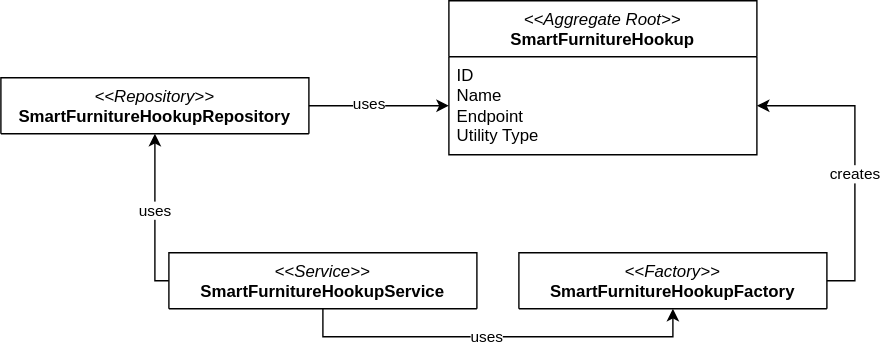
Earlier version of the draw.io export docs/report/img/uml/sfh_ddd.svg (EnergyConsumptionOptimizer/documentation). Source tidied: cells renumbered, new cells last; positions are measured from the earlier drawing's top-left corner, leaving out a move shared by most shapes. Its diagram source:
```xml
<mxGraphModel>
  <root>
    <mxCell id="0" />
    <mxCell id="1" parent="0" />
    <mxCell id="2" value="&lt;i&gt;&amp;lt;&amp;lt;Aggregate Root&amp;gt;&amp;gt;&lt;/i&gt;&lt;br&gt;&lt;b&gt;SmartFurnitureHookup&lt;br&gt;&lt;br&gt;&lt;/b&gt;" style="swimlane;fontStyle=0;align=center;verticalAlign=top;horizontal=1;startSize=40;html=1;whiteSpace=wrap;" parent="1" vertex="1">
      <mxGeometry x="320" width="220" height="110" as="geometry" />
    </mxCell>
    <mxCell id="3" value="&lt;div&gt;ID&lt;/div&gt;&lt;div&gt;Name&lt;/div&gt;&lt;div&gt;Endpoint&lt;br&gt;Utility Type&lt;/div&gt;" style="text;html=1;strokeColor=none;fillColor=none;align=left;verticalAlign=middle;spacingLeft=4;spacingRight=4;overflow=hidden;points=[[0,0.5],[1,0.5]];portConstraint=eastwest;whiteSpace=wrap;" parent="2" vertex="1">
      <mxGeometry y="40" width="220" height="70" as="geometry" />
    </mxCell>
    <mxCell id="4" value="&lt;i&gt;&amp;lt;&amp;lt;Factory&amp;gt;&amp;gt;&lt;/i&gt;&lt;br&gt;&lt;b&gt;SmartFurnitureHookupFactory&lt;/b&gt;" style="swimlane;fontStyle=0;align=center;verticalAlign=top;horizontal=1;startSize=40;html=1;whiteSpace=wrap;" parent="1" vertex="1">
      <mxGeometry x="370" y="180" width="220" height="40" as="geometry" />
    </mxCell>
    <mxCell id="5" value="&lt;i&gt;&amp;lt;&amp;lt;Repository&amp;gt;&amp;gt;&lt;/i&gt;&lt;br&gt;&lt;b&gt;SmartFurnitureHookupRepository&lt;/b&gt;" style="swimlane;fontStyle=0;align=center;verticalAlign=top;horizontal=1;startSize=40;html=1;whiteSpace=wrap;" parent="1" vertex="1">
      <mxGeometry y="55" width="220" height="40" as="geometry" />
    </mxCell>
    <mxCell id="6" style="edgeStyle=orthogonalEdgeStyle;rounded=0;jettySize=auto;html=1;exitX=1;exitY=0.5;exitDx=0;exitDy=0;entryX=1;entryY=0.5;entryDx=0;entryDy=0;" parent="1" edge="1" source="4" target="3">
      <mxGeometry relative="1" as="geometry" />
    </mxCell>
    <mxCell id="7" value="creates" style="edgeLabel;html=1;align=center;verticalAlign=middle;" parent="6" vertex="1">
      <mxGeometry x="-0.1" relative="1" as="geometry" />
    </mxCell>
    <mxCell id="8" style="edgeStyle=orthogonalEdgeStyle;rounded=0;jettySize=auto;html=1;exitX=1;exitY=0.5;exitDx=0;exitDy=0;" parent="1" edge="1" source="5">
      <mxGeometry relative="1" as="geometry">
        <mxPoint x="320" y="75" as="targetPoint" />
        <Array as="points">
          <mxPoint x="320" y="75" />
        </Array>
      </mxGeometry>
    </mxCell>
    <mxCell id="9" value="uses" style="edgeLabel;html=1;align=center;verticalAlign=middle;" parent="8" vertex="1">
      <mxGeometry x="-0.27" y="2" relative="1" as="geometry">
        <mxPoint x="6" y="1" as="offset" />
      </mxGeometry>
    </mxCell>
    <mxCell id="10" style="edgeStyle=orthogonalEdgeStyle;rounded=0;jettySize=auto;html=1;entryX=0.5;entryY=1;entryDx=0;entryDy=0;exitX=0;exitY=0.5;exitDx=0;exitDy=0;" parent="1" edge="1" source="14" target="5">
      <mxGeometry relative="1" as="geometry">
        <Array as="points">
          <mxPoint x="110" y="200" />
        </Array>
      </mxGeometry>
    </mxCell>
    <mxCell id="11" value="uses" style="edgeLabel;html=1;align=center;verticalAlign=middle;" parent="10" vertex="1">
      <mxGeometry x="-0.14" y="-3" relative="1" as="geometry">
        <mxPoint x="-3" y="-10" as="offset" />
      </mxGeometry>
    </mxCell>
    <mxCell id="12" style="edgeStyle=orthogonalEdgeStyle;rounded=0;jettySize=auto;html=1;entryX=0.5;entryY=1;entryDx=0;entryDy=0;exitX=0.5;exitY=1;exitDx=0;exitDy=0;" parent="1" edge="1" source="14" target="4">
      <mxGeometry relative="1" as="geometry" />
    </mxCell>
    <mxCell id="13" value="uses" style="edgeLabel;html=1;align=center;verticalAlign=middle;" parent="12" vertex="1">
      <mxGeometry x="-0.06" relative="1" as="geometry" />
    </mxCell>
    <mxCell id="14" value="&lt;i&gt;&amp;lt;&amp;lt;Service&amp;gt;&amp;gt;&lt;/i&gt;&lt;br&gt;&lt;b&gt;SmartFurnitureHookupService&lt;/b&gt;" style="swimlane;fontStyle=0;align=center;verticalAlign=top;horizontal=1;startSize=40;html=1;whiteSpace=wrap;" parent="1" vertex="1">
      <mxGeometry x="120" y="180" width="220" height="40" as="geometry" />
    </mxCell>
  </root>
</mxGraphModel>
```
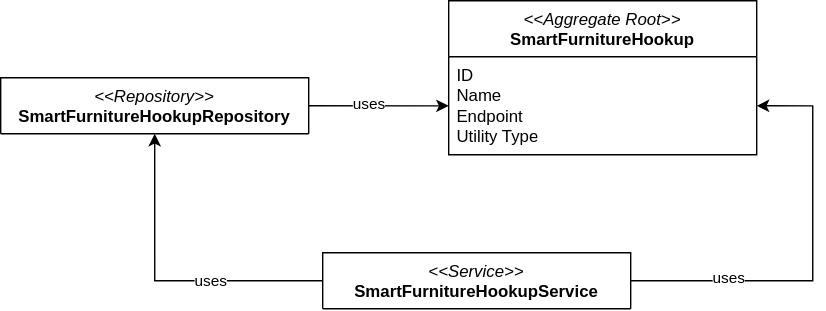
After the change.

Diff of the diagram source:
```diff
@@ -8,31 +8,35 @@
     <mxCell id="3" value="&lt;div&gt;ID&lt;/div&gt;&lt;div&gt;Name&lt;/div&gt;&lt;div&gt;Endpoint&lt;br&gt;Utility Type&lt;/div&gt;" style="text;html=1;strokeColor=none;fillColor=none;align=left;verticalAlign=middle;spacingLeft=4;spacingRight=4;overflow=hidden;points=[[0,0.5],[1,0.5]];portConstraint=eastwest;whiteSpace=wrap;" parent="2" vertex="1">
       <mxGeometry y="40" width="220" height="70" as="geometry" />
     </mxCell>
-    <mxCell id="4" value="&lt;i&gt;&amp;lt;&amp;lt;Factory&amp;gt;&amp;gt;&lt;/i&gt;&lt;br&gt;&lt;b&gt;SmartFurnitureHookupFactory&lt;/b&gt;" style="swimlane;fontStyle=0;align=center;verticalAlign=top;horizontal=1;startSize=40;html=1;whiteSpace=wrap;" parent="1" vertex="1">
-      <mxGeometry x="370" y="180" width="220" height="40" as="geometry" />
-    </mxCell>
     <mxCell id="5" value="&lt;i&gt;&amp;lt;&amp;lt;Repository&amp;gt;&amp;gt;&lt;/i&gt;&lt;br&gt;&lt;b&gt;SmartFurnitureHookupRepository&lt;/b&gt;" style="swimlane;fontStyle=0;align=center;verticalAlign=top;horizontal=1;startSize=40;html=1;whiteSpace=wrap;" parent="1" vertex="1">
       <mxGeometry y="55" width="220" height="40" as="geometry" />
     </mxCell>
-    <mxCell id="6" style="edgeStyle=orthogonalEdgeStyle;rounded=0;jettySize=auto;html=1;exitX=1;exitY=0.5;exitDx=0;exitDy=0;entryX=1;entryY=0.5;entryDx=0;entryDy=0;" parent="1" edge="1" source="4" target="3">
-      <mxGeometry relative="1" as="geometry" />
-    </mxCell>
+    <mxCell id="15" style="edgeStyle=orthogonalEdgeStyle;rounded=0;jettySize=auto;html=1;exitX=1;exitY=0.5;exitDx=0;exitDy=0;entryX=1;entryY=0.5;entryDx=0;entryDy=0;" parent="1" edge="1" source="14" target="3">
+      <mxGeometry relative="1" as="geometry">
+        <Array as="points">
+          <mxPoint x="580" y="200" />
+          <mxPoint x="580" y="75" />
+        </Array>
+      </mxGeometry>
+    </mxCell>
-    <mxCell id="7" value="creates" style="edgeLabel;html=1;align=center;verticalAlign=middle;" parent="6" vertex="1">
-      <mxGeometry x="-0.1" relative="1" as="geometry" />
+    <mxCell id="7" value="creates" style="edgeLabel;html=1;align=center;verticalAlign=middle;" parent="15" vertex="1">
+      <mxGeometry x="-0.1" relative="1" as="geometry">
+        <mxPoint x="-60" as="offset" />
+      </mxGeometry>
     </mxCell>
-    <mxCell id="8" style="edgeStyle=orthogonalEdgeStyle;rounded=0;jettySize=auto;html=1;exitX=1;exitY=0.5;exitDx=0;exitDy=0;" parent="1" edge="1" source="5">
-      <mxGeometry relative="1" as="geometry">
-        <mxPoint x="320" y="75" as="targetPoint" />
-        <Array as="points">
-          <mxPoint x="320" y="75" />
-        </Array>
-      </mxGeometry>
-    </mxCell>
-    <mxCell id="9" value="uses" style="edgeLabel;html=1;align=center;verticalAlign=middle;" parent="8" vertex="1">
-      <mxGeometry x="-0.27" y="2" relative="1" as="geometry">
-        <mxPoint x="6" y="1" as="offset" />
-      </mxGeometry>
-    </mxCell>
+    <mxCell id="16" style="edgeStyle=orthogonalEdgeStyle;rounded=0;jettySize=auto;html=1;exitX=1;exitY=0.5;exitDx=0;exitDy=0;" parent="1" edge="1" source="5">
+      <mxGeometry relative="1" as="geometry">
+        <mxPoint x="320" y="75" as="targetPoint" />
+        <Array as="points">
+          <mxPoint x="320" y="75" />
+        </Array>
+      </mxGeometry>
+    </mxCell>
+    <mxCell id="17" value="uses" style="edgeLabel;html=1;align=center;verticalAlign=middle;" parent="16" vertex="1">
+      <mxGeometry x="-0.27" y="2" relative="1" as="geometry">
+        <mxPoint x="6" y="1" as="offset" />
+      </mxGeometry>
+    </mxCell>
     <mxCell id="10" style="edgeStyle=orthogonalEdgeStyle;rounded=0;jettySize=auto;html=1;entryX=0.5;entryY=1;entryDx=0;entryDy=0;exitX=0;exitY=0.5;exitDx=0;exitDy=0;" parent="1" edge="1" source="14" target="5">
       <mxGeometry relative="1" as="geometry">
         <Array as="points">
@@ -40,19 +44,13 @@
         </Array>
       </mxGeometry>
     </mxCell>
-    <mxCell id="11" value="uses" style="edgeLabel;html=1;align=center;verticalAlign=middle;" parent="10" vertex="1">
-      <mxGeometry x="-0.14" y="-3" relative="1" as="geometry">
-        <mxPoint x="-3" y="-10" as="offset" />
-      </mxGeometry>
-    </mxCell>
-    <mxCell id="12" style="edgeStyle=orthogonalEdgeStyle;rounded=0;jettySize=auto;html=1;entryX=0.5;entryY=1;entryDx=0;entryDy=0;exitX=0.5;exitY=1;exitDx=0;exitDy=0;" parent="1" edge="1" source="14" target="4">
-      <mxGeometry relative="1" as="geometry" />
-    </mxCell>
-    <mxCell id="13" value="uses" style="edgeLabel;html=1;align=center;verticalAlign=middle;" parent="12" vertex="1">
-      <mxGeometry x="-0.06" relative="1" as="geometry" />
-    </mxCell>
+    <mxCell id="18" value="uses" style="edgeLabel;html=1;align=center;verticalAlign=middle;" parent="10" vertex="1">
+      <mxGeometry x="-0.14" y="-3" relative="1" as="geometry">
+        <mxPoint x="17" y="3" as="offset" />
+      </mxGeometry>
+    </mxCell>
     <mxCell id="14" value="&lt;i&gt;&amp;lt;&amp;lt;Service&amp;gt;&amp;gt;&lt;/i&gt;&lt;br&gt;&lt;b&gt;SmartFurnitureHookupService&lt;/b&gt;" style="swimlane;fontStyle=0;align=center;verticalAlign=top;horizontal=1;startSize=40;html=1;whiteSpace=wrap;" parent="1" vertex="1">
-      <mxGeometry x="120" y="180" width="220" height="40" as="geometry" />
+      <mxGeometry x="230" y="180" width="220" height="40" as="geometry" />
     </mxCell>
   </root>
 </mxGraphModel>
```
